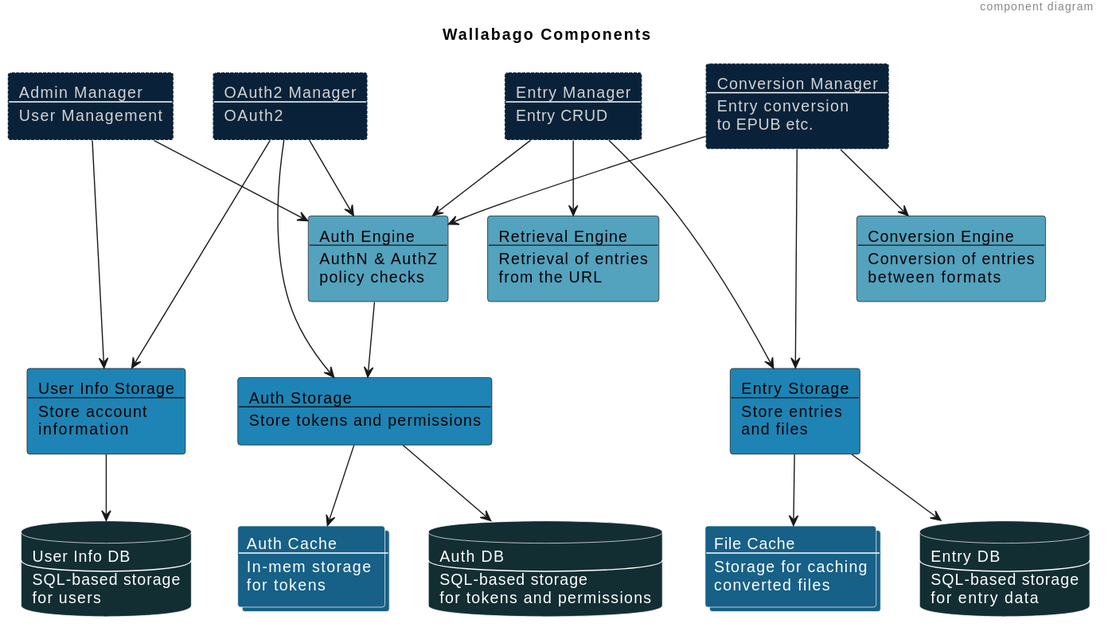
The PlantUML diagram docs/diagrams/dist/architecture-components.svg in xomiachuna/wallabago, before a commit.
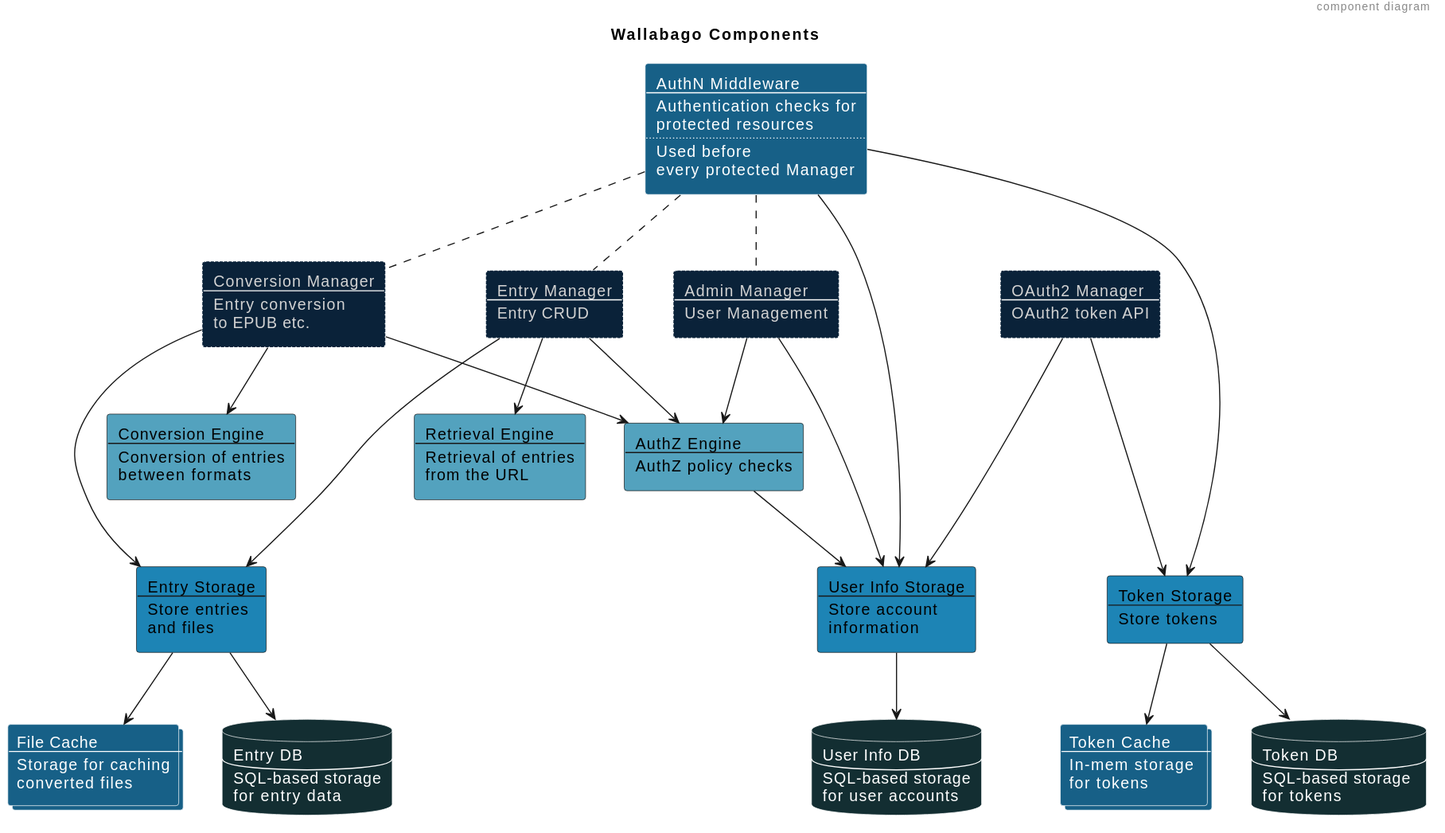
After the change.

Commit message:
docs: Improve design diagram

Add authn middleware, rework authz

Diff of the diagram source:
```diff
@@ -7,6 +7,16 @@
 !$Storage = "back:1d84b5;text:Black"
 !$Persistence = "back:132e32;text:White;line:White"
 !$Cache = "back:176087;text:White;line:White"
+!$Middleware = "back:176087;text:White;line:White"
+agent AuthNMiddleware #$Middleware [
+    AuthN Middleware
+    ----
+    Authentication checks for
+    protected resources
+    ....
+    Used before
+    every protected Manager
+]
 
 rectangle AdminManager #$Manager [
     Admin Manager
@@ -17,34 +27,7 @@
 rectangle OAuth2Manager #$Manager [
     OAuth2 Manager
     ----
-    OAuth2
-]
-
-rectangle AuthEngine #$Engine [
-    Auth Engine
-    ----
-    AuthN & AuthZ
-    policy checks
-]
-
-rectangle AuthStorage #$Storage [
-    Auth Storage
-    ----
-    Store tokens and permissions
-]
-
-rectangle UserInfoStorage #$Storage [
-    User Info Storage
-    ----
-    Store account
-    information
-]
-
-database UserInfoDB #$Persistence [
-    User Info DB
-    ----
-    SQL-based storage
-    for users
+    OAuth2 token API
 ]
 
 rectangle EntryManager #$Manager [
@@ -58,6 +41,13 @@
     ----
     Entry conversion
     to EPUB etc.
+]
+
+
+rectangle AuthZEngine #$Engine [
+    AuthZ Engine
+    ----
+    AuthZ policy checks
 ]
 
 rectangle RetrievalEngine #$Engine [
@@ -74,18 +64,18 @@
     between formats
 ]
 
-database AuthDB #$Persistence [
-    Auth DB
+
+rectangle TokenStorage #$Storage [
+    Token Storage
     ----
-    SQL-based storage
-    for tokens and permissions
+    Store tokens
 ]
 
-collections AuthCache #$Cache [
-    Auth Cache
+rectangle UserInfoStorage #$Storage [
+    User Info Storage
     ----
-    In-mem storage
-    for tokens
+    Store account
+    information
 ]
 
 rectangle EntryStorage #$Storage [
@@ -94,6 +84,29 @@
     Store entries
     and files
 ]
+
+
+database UserInfoDB #$Persistence [
+    User Info DB
+    ----
+    SQL-based storage
+    for user accounts
+]
+
+database TokenDB #$Persistence [
+    Token DB
+    ----
+    SQL-based storage
+    for tokens
+]
+
+collections TokenCache #$Cache [
+    Token Cache
+    ----
+    In-mem storage
+    for tokens
+]
+
 
 database EntriesDB #$Persistence [
     Entry DB
@@ -109,25 +122,34 @@
     converted files
 ]
 
-OAuth2Manager --> AuthEngine
-AuthEngine --> AuthStorage
-OAuth2Manager ---> AuthStorage
-OAuth2Manager ---> UserInfoStorage
-UserInfoStorage --> UserInfoDB
-AuthStorage --> AuthDB
-AuthStorage --> AuthCache
+AuthNMiddleware ----> TokenStorage
+AuthNMiddleware ----> UserInfoStorage
 
-EntryManager --> AuthEngine
+AuthNMiddleware .. AdminManager
+AuthNMiddleware .. EntryManager
+AuthNMiddleware .. ConversionManager
+
 EntryManager --> RetrievalEngine
+EntryManager --> AuthZEngine
 EntryManager ---> EntryStorage
 
+OAuth2Manager ---> TokenStorage
+OAuth2Manager ---> UserInfoStorage
+
+AdminManager --> AuthZEngine
+AdminManager ---> UserInfoStorage
+
 ConversionManager --> ConversionEngine
-ConversionManager --> AuthEngine
+ConversionManager --> AuthZEngine
 ConversionManager ---> EntryStorage
+
+AuthZEngine --> UserInfoStorage
 
 EntryStorage --> EntriesFileCache
 EntryStorage --> EntriesDB
 
-AdminManager --> AuthEngine
-AdminManager ---> UserInfoStorage
+UserInfoStorage --> UserInfoDB
+
+TokenStorage --> TokenDB
+TokenStorage --> TokenCache
 @enduml
```
